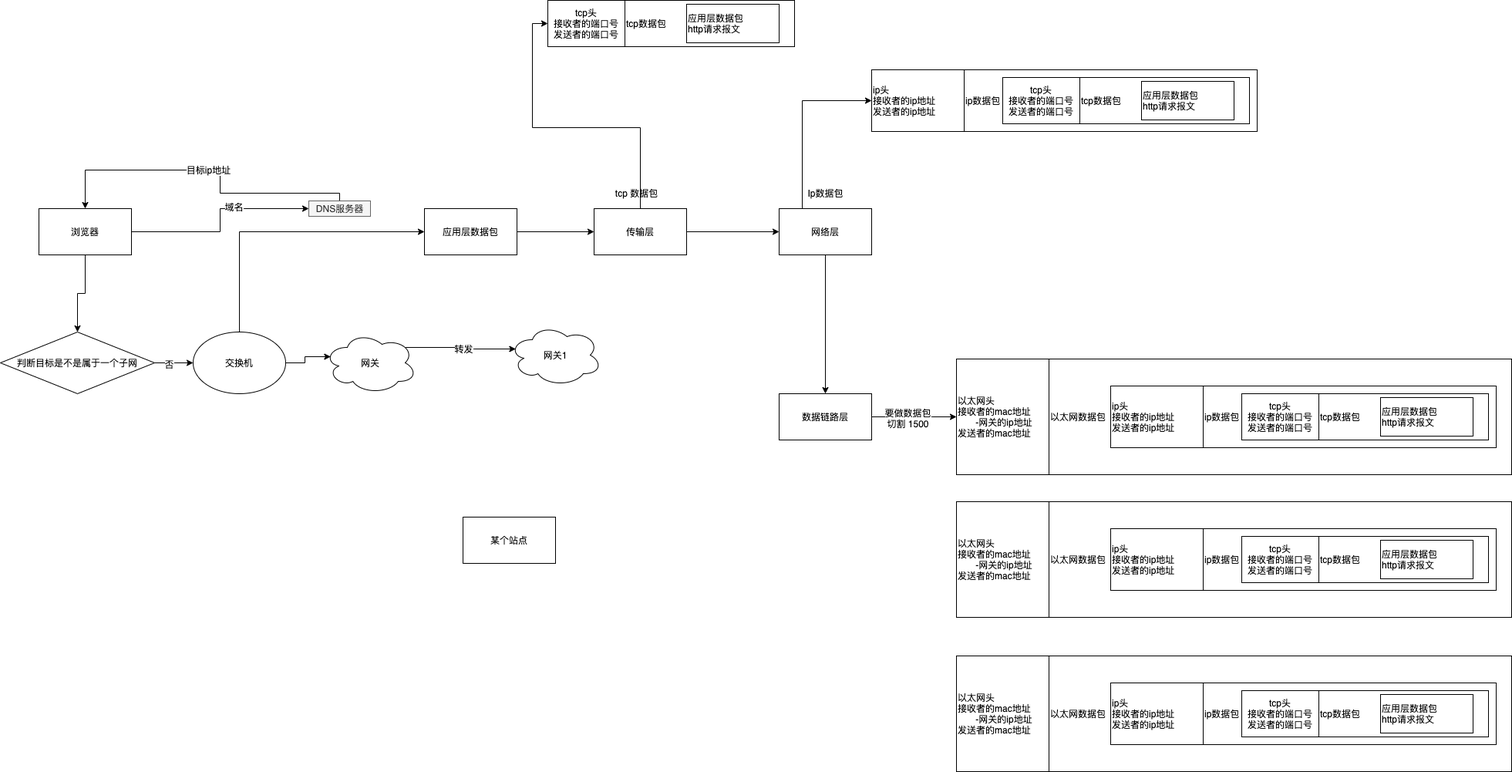
The draw.io diagram cs/request-flow.png in sivanbil/architecthure-diagram, before a commit. Source tidied: cells renumbered, new cells last; positions are measured from the earlier drawing's top-left corner, leaving out a move shared by most shapes.
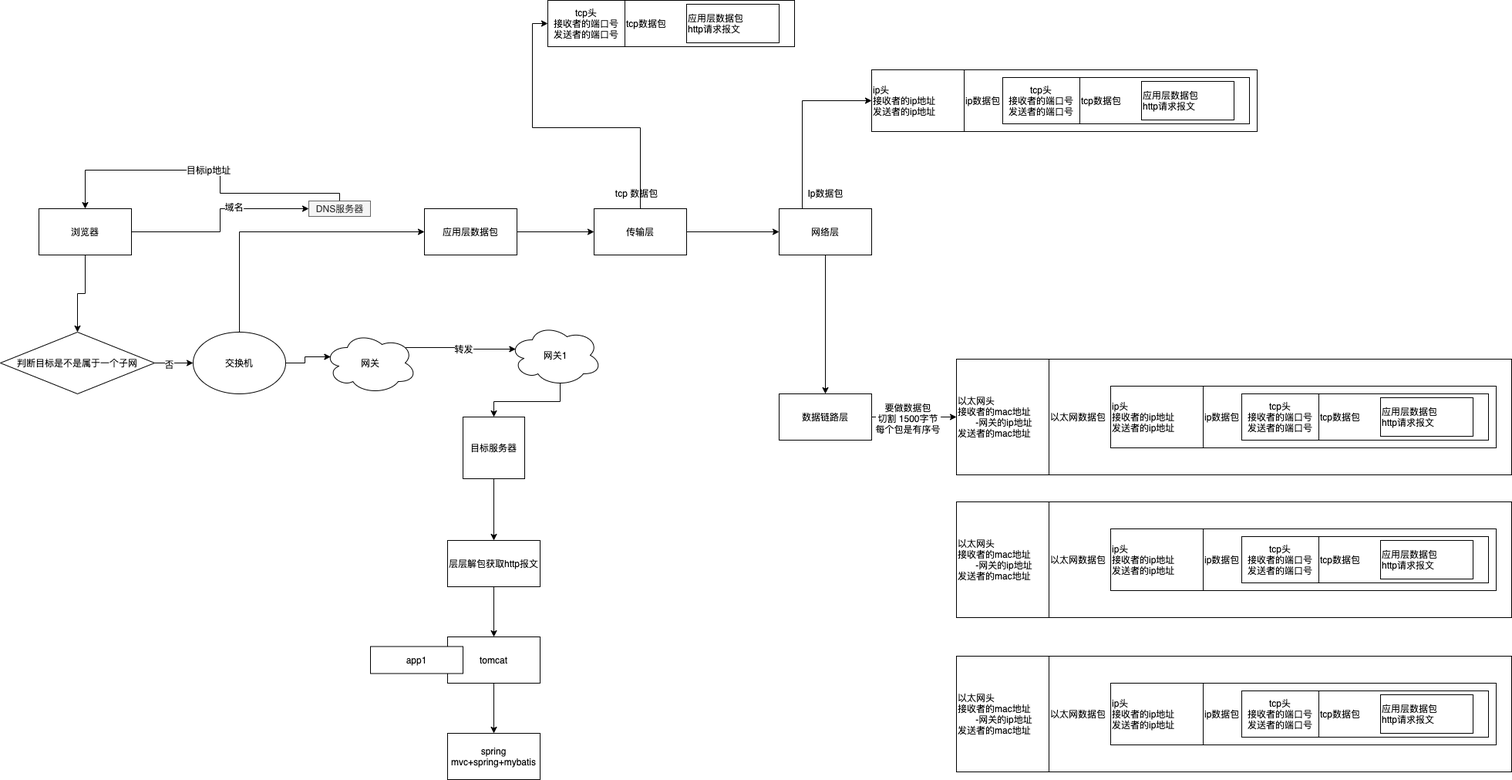
Above is the later version.

Diff of the diagram source:
```diff
@@ -14,9 +14,6 @@
     <mxCell id="5" value="浏览器" style="rounded=0;whiteSpace=wrap;html=1;" parent="1" vertex="1">
       <mxGeometry x="50" y="270" width="120" height="60" as="geometry" />
     </mxCell>
-    <mxCell id="6" value="某个站点" style="rounded=0;whiteSpace=wrap;html=1;" parent="1" vertex="1">
-      <mxGeometry x="600" y="670" width="120" height="60" as="geometry" />
-    </mxCell>
     <mxCell id="7" value="目标ip地址" style="edgeStyle=orthogonalEdgeStyle;rounded=0;jettySize=auto;html=1;entryX=0.5;entryY=0;entryDx=0;entryDy=0;" parent="1" edge="1" source="8" target="5">
       <mxGeometry relative="1" as="geometry">
         <Array as="points">
@@ -114,7 +111,7 @@
     <mxCell id="36" style="edgeStyle=orthogonalEdgeStyle;rounded=0;jettySize=auto;html=1;exitX=1;exitY=0.5;exitDx=0;exitDy=0;entryX=0;entryY=0.5;entryDx=0;entryDy=0;" parent="1" edge="1" source="38" target="45">
       <mxGeometry relative="1" as="geometry" />
     </mxCell>
-    <mxCell id="37" value="要做数据包&lt;br&gt;切割 1500" style="edgeLabel;html=1;align=center;verticalAlign=middle;" parent="36" vertex="1">
+    <mxCell id="37" value="要做数据包&lt;br&gt;切割 1500字节&lt;br&gt;每个包是有序号" style="edgeLabel;html=1;align=center;verticalAlign=middle;" parent="36" vertex="1">
       <mxGeometry x="-0.16" y="-1" relative="1" as="geometry" />
     </mxCell>
     <mxCell id="38" value="数据链路层" style="rounded=0;whiteSpace=wrap;html=1;" parent="1" vertex="1">
@@ -183,8 +180,35 @@
     <mxCell id="59" value="以太网头&lt;br&gt;接收者的mac地址&lt;br&gt;&amp;nbsp; &amp;nbsp; &amp;nbsp; &amp;nbsp;-网关的ip地址&lt;br&gt;发送者的mac地址" style="rounded=0;whiteSpace=wrap;html=1;align=left;" parent="1" vertex="1">
       <mxGeometry x="1240" y="850" width="120" height="150" as="geometry" />
     </mxCell>
+    <mxCell id="61" style="edgeStyle=orthogonalEdgeStyle;rounded=0;jettySize=auto;html=1;exitX=0.55;exitY=0.95;exitDx=0;exitDy=0;exitPerimeter=0;entryX=0.5;entryY=0;entryDx=0;entryDy=0;" parent="1" edge="1" source="60" target="63">
+      <mxGeometry relative="1" as="geometry" />
+    </mxCell>
     <mxCell id="60" value="网关1" style="ellipse;shape=cloud;whiteSpace=wrap;html=1;" parent="1" vertex="1">
       <mxGeometry x="660" y="420" width="120" height="80" as="geometry" />
     </mxCell>
+    <mxCell id="62" style="edgeStyle=orthogonalEdgeStyle;rounded=0;jettySize=auto;html=1;exitX=0.5;exitY=1;exitDx=0;exitDy=0;entryX=0.5;entryY=0;entryDx=0;entryDy=0;" parent="1" edge="1" source="63" target="65">
+      <mxGeometry relative="1" as="geometry" />
+    </mxCell>
+    <mxCell id="63" value="目标服务器" style="whiteSpace=wrap;html=1;align=center;" parent="1" vertex="1">
+      <mxGeometry x="600" y="540" width="80" height="80" as="geometry" />
+    </mxCell>
+    <mxCell id="64" style="edgeStyle=orthogonalEdgeStyle;rounded=0;jettySize=auto;html=1;exitX=0.5;exitY=1;exitDx=0;exitDy=0;entryX=0.5;entryY=0;entryDx=0;entryDy=0;" parent="1" edge="1" source="65" target="67">
+      <mxGeometry relative="1" as="geometry" />
+    </mxCell>
+    <mxCell id="65" value="层层解包获取http报文" style="rounded=0;whiteSpace=wrap;html=1;" parent="1" vertex="1">
+      <mxGeometry x="580" y="700" width="120" height="60" as="geometry" />
+    </mxCell>
+    <mxCell id="66" style="edgeStyle=orthogonalEdgeStyle;rounded=0;jettySize=auto;html=1;exitX=0.5;exitY=1;exitDx=0;exitDy=0;entryX=0.5;entryY=0;entryDx=0;entryDy=0;" parent="1" edge="1" source="67" target="68">
+      <mxGeometry relative="1" as="geometry" />
+    </mxCell>
+    <mxCell id="67" value="tomcat" style="rounded=0;whiteSpace=wrap;html=1;align=center;" parent="1" vertex="1">
+      <mxGeometry x="580" y="825" width="120" height="60" as="geometry" />
+    </mxCell>
+    <mxCell id="68" value="spring mvc+spring+mybatis" style="rounded=0;whiteSpace=wrap;html=1;align=center;" parent="1" vertex="1">
+      <mxGeometry x="580" y="950" width="120" height="60" as="geometry" />
+    </mxCell>
+    <mxCell id="69" value="app1" style="rounded=0;whiteSpace=wrap;html=1;align=center;" parent="1" vertex="1">
+      <mxGeometry x="480" y="837.5" width="120" height="35" as="geometry" />
+    </mxCell>
   </root>
 </mxGraphModel>
```
